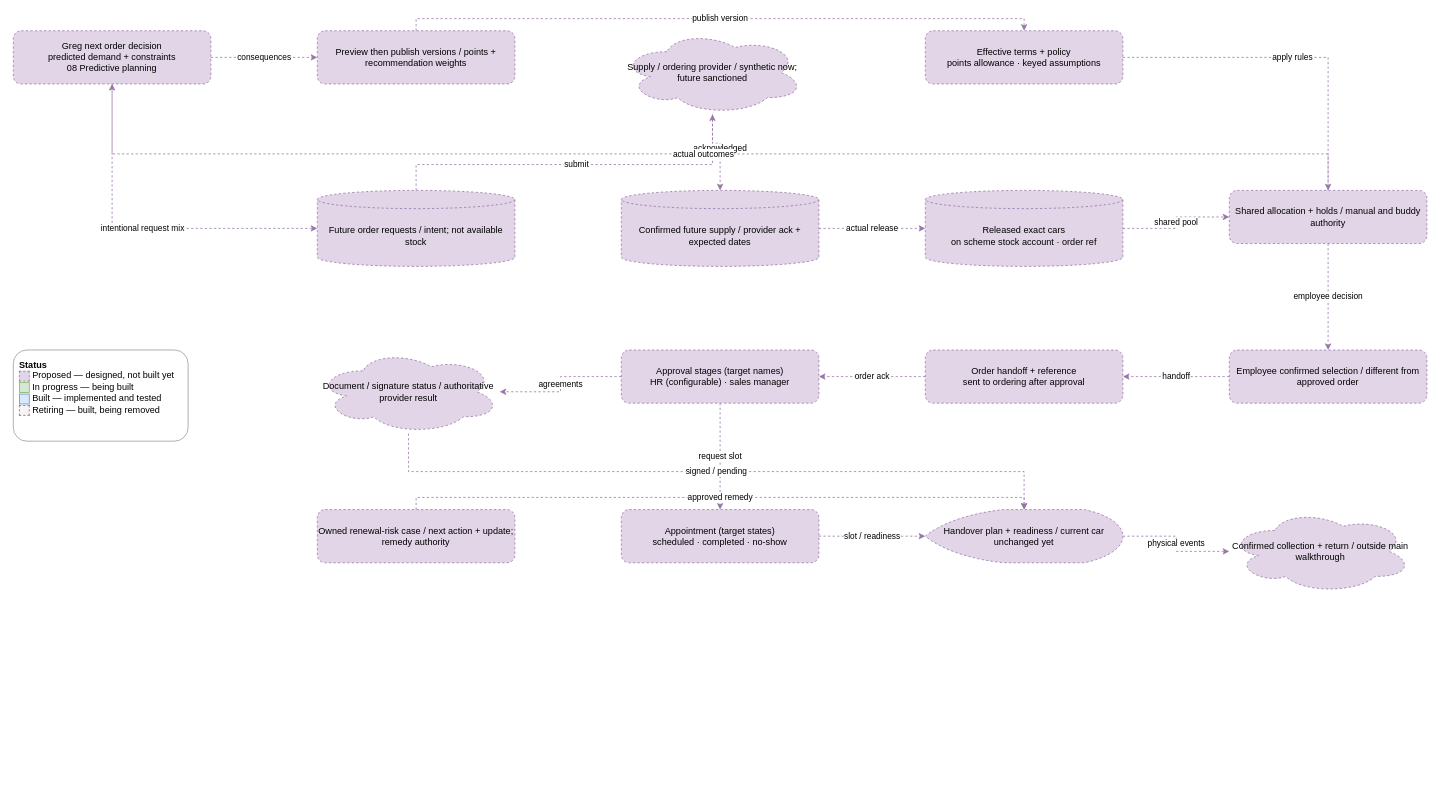
garyscarter-ibm/vehicle-matcher keeps this draw.io diagram as page "07 Planning and lifecycle" (10 of 12) of docs/design/high-level-design.drawio. Above is the earlier version. Source tidied: cells renumbered, new cells numbered last; positions are measured from the earlier drawing's top-left corner, leaving out a move shared by most shapes. Both pictures are drawn from the tidied source at 76%, with x=0, y=0 at pixel (13, 18).
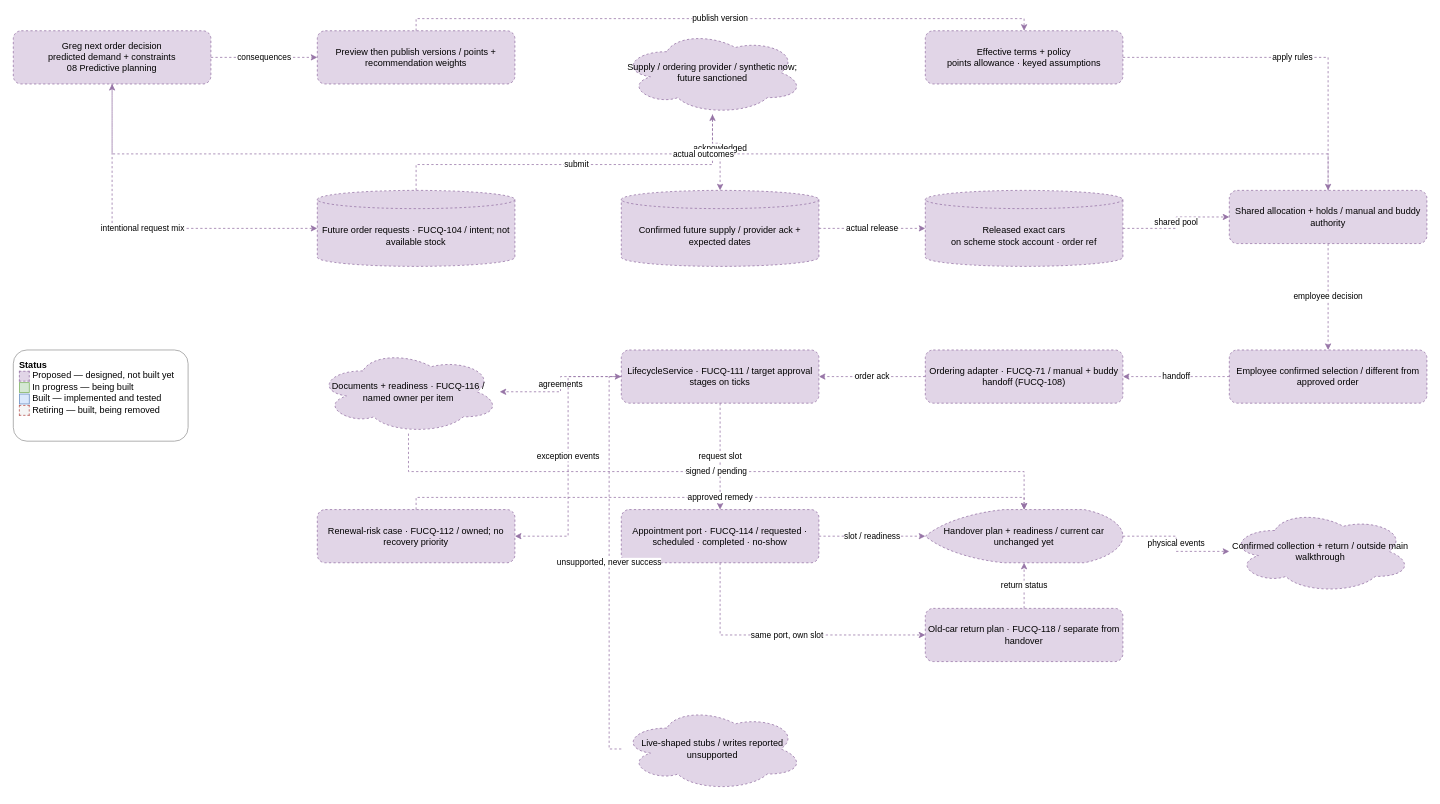
The same page after the edit.

Unchanged cells that the change refers to:
```xml
<mxCell id="15" value="Handover plan + readiness / current car unchanged yet" style="shape=mxgraph.flowchart.display;whiteSpace=wrap;html=1;strokeColor=#9673a6;dashed=1;fillColor=#e1d5e7;" parent="1" vertex="1">
  <mxGeometry x="1200" y="646" width="260" height="70" as="geometry" />
</mxCell>
```

The edit, as a diff of the source:
```diff
@@
-    <mxCell id="4" value="Future order requests / intent; not available stock" style="shape=cylinder3;whiteSpace=wrap;html=1;boundedLbl=1;size=12;strokeColor=#9673a6;dashed=1;fillColor=#e1d5e7;" parent="1" vertex="1">
+    <mxCell id="4" value="Future order requests · FUCQ-104 / intent; not available stock" style="shape=cylinder3;whiteSpace=wrap;html=1;boundedLbl=1;size=12;strokeColor=#9673a6;dashed=1;fillColor=#e1d5e7;" parent="1" vertex="1">
       <mxGeometry x="400" y="226" width="260" height="100" as="geometry" />
     </mxCell>
@@
-    <mxCell id="11" value="Order handoff + reference&lt;br&gt;sent to ordering after approval" style="rounded=1;whiteSpace=wrap;html=1;strokeColor=#9673a6;dashed=1;fillColor=#e1d5e7;" parent="1" vertex="1">
+    <mxCell id="11" value="Ordering adapter · FUCQ-71 / manual + buddy handoff (FUCQ-108)" style="rounded=1;whiteSpace=wrap;html=1;strokeColor=#9673a6;dashed=1;fillColor=#e1d5e7;" parent="1" vertex="1">
       <mxGeometry x="1200" y="436" width="260" height="70" as="geometry" />
     </mxCell>
-    <mxCell id="12" value="Approval stages (target names)&lt;br&gt;HR (configurable) · sales manager" style="rounded=1;whiteSpace=wrap;html=1;strokeColor=#9673a6;dashed=1;fillColor=#e1d5e7;" parent="1" vertex="1">
+    <mxCell id="12" value="LifecycleService · FUCQ-111 / target approval stages on ticks" style="rounded=1;whiteSpace=wrap;html=1;strokeColor=#9673a6;dashed=1;fillColor=#e1d5e7;" parent="1" vertex="1">
       <mxGeometry x="800" y="436" width="260" height="70" as="geometry" />
     </mxCell>
-    <mxCell id="13" value="Document / signature status / authoritative provider result" style="ellipse;shape=cloud;whiteSpace=wrap;html=1;strokeColor=#9673a6;dashed=1;fillColor=#e1d5e7;" parent="1" vertex="1">
+    <mxCell id="13" value="Documents + readiness · FUCQ-116 / named owner per item" style="ellipse;shape=cloud;whiteSpace=wrap;html=1;strokeColor=#9673a6;dashed=1;fillColor=#e1d5e7;" parent="1" vertex="1">
       <mxGeometry x="400" y="436" width="240" height="110" as="geometry" />
     </mxCell>
-    <mxCell id="14" value="Appointment (target states)&lt;br&gt;scheduled · completed · no-show" style="rounded=1;whiteSpace=wrap;html=1;strokeColor=#9673a6;dashed=1;fillColor=#e1d5e7;" parent="1" vertex="1">
+    <mxCell id="14" value="Appointment port · FUCQ-114 / requested · scheduled · completed · no-show" style="rounded=1;whiteSpace=wrap;html=1;strokeColor=#9673a6;dashed=1;fillColor=#e1d5e7;" parent="1" vertex="1">
       <mxGeometry x="800" y="646" width="260" height="70" as="geometry" />
     </mxCell>
@@
-    <mxCell id="16" value="Owned renewal-risk case / next action + update; remedy authority" style="rounded=1;whiteSpace=wrap;html=1;strokeColor=#9673a6;dashed=1;fillColor=#e1d5e7;" parent="1" vertex="1">
+    <mxCell id="16" value="Renewal-risk case · FUCQ-112 / owned; no recovery priority" style="rounded=1;whiteSpace=wrap;html=1;strokeColor=#9673a6;dashed=1;fillColor=#e1d5e7;" parent="1" vertex="1">
       <mxGeometry x="400" y="646" width="260" height="70" as="geometry" />
     </mxCell>
@@
+    <mxCell id="37" value="Old-car return plan · FUCQ-118 / separate from handover" style="rounded=1;whiteSpace=wrap;html=1;strokeColor=#9673a6;dashed=1;fillColor=#e1d5e7;" parent="1" vertex="1">
+      <mxGeometry x="1200" y="776" width="260" height="70" as="geometry" />
+    </mxCell>
+    <mxCell id="38" value="Live-shaped stubs / writes reported unsupported" style="ellipse;shape=cloud;whiteSpace=wrap;html=1;strokeColor=#9673a6;dashed=1;fillColor=#e1d5e7;" parent="1" vertex="1">
+      <mxGeometry x="800" y="906" width="240" height="110" as="geometry" />
+    </mxCell>
+    <mxCell id="39" value="same port, own slot" style="edgeStyle=orthogonalEdgeStyle;rounded=0;jettySize=auto;html=1;libavoidRouting=1;strokeColor=#9673a6;dashed=1;" parent="1" edge="1" source="14" target="37">
+      <mxGeometry relative="1" as="geometry">
+        <Array as="points">
+          <mxPoint x="930" y="811" />
+        </Array>
+      </mxGeometry>
+    </mxCell>
+    <mxCell id="40" value="return status" style="edgeStyle=orthogonalEdgeStyle;rounded=0;jettySize=auto;html=1;libavoidRouting=1;strokeColor=#9673a6;dashed=1;" parent="1" edge="1" source="37" target="15">
+      <mxGeometry relative="1" as="geometry" />
+    </mxCell>
+    <mxCell id="41" value="unsupported, never success" style="edgeStyle=orthogonalEdgeStyle;rounded=0;jettySize=auto;html=1;libavoidRouting=1;strokeColor=#9673a6;dashed=1;" parent="1" edge="1" source="38" target="12">
+      <mxGeometry relative="1" as="geometry">
+        <Array as="points">
+          <mxPoint x="784" y="961" />
+          <mxPoint x="784" y="471" />
+        </Array>
+      </mxGeometry>
+    </mxCell>
+    <mxCell id="42" value="exception events" style="edgeStyle=orthogonalEdgeStyle;rounded=0;jettySize=auto;html=1;libavoidRouting=1;strokeColor=#9673a6;dashed=1;" parent="1" edge="1" source="12" target="16">
+      <mxGeometry relative="1" as="geometry">
+        <Array as="points">
+          <mxPoint x="730" y="471" />
+          <mxPoint x="730" y="681" />
+        </Array>
+      </mxGeometry>
+    </mxCell>
```
